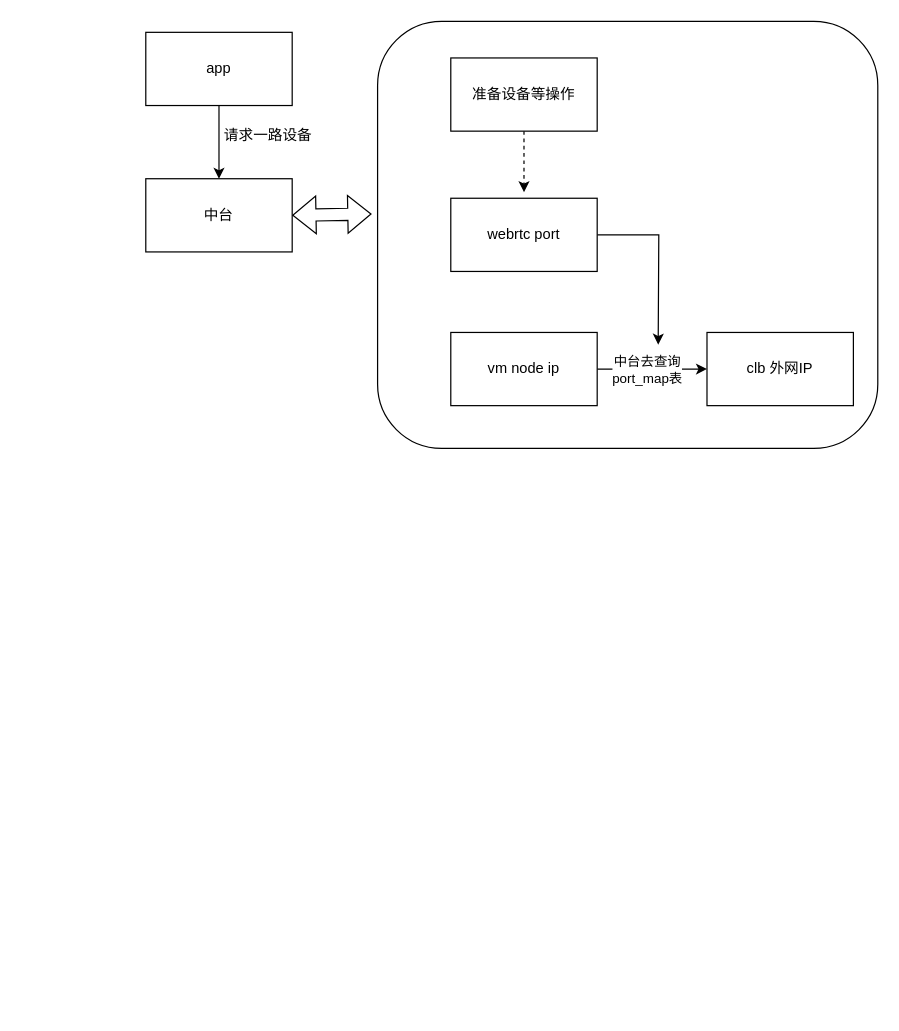
Above: page "第 1 页" (1 of 3) of IP_CT_NAT.drawio in enzoyes/desginsindraw (draw.io), before the change. Source tidied: cells renumbered, new cells numbered last; positions are measured from the earlier drawing's top-left corner, leaving out a move shared by most shapes. Both pictures are drawn from the tidied source at 122%, with x=0, y=0 at pixel (145, 21).
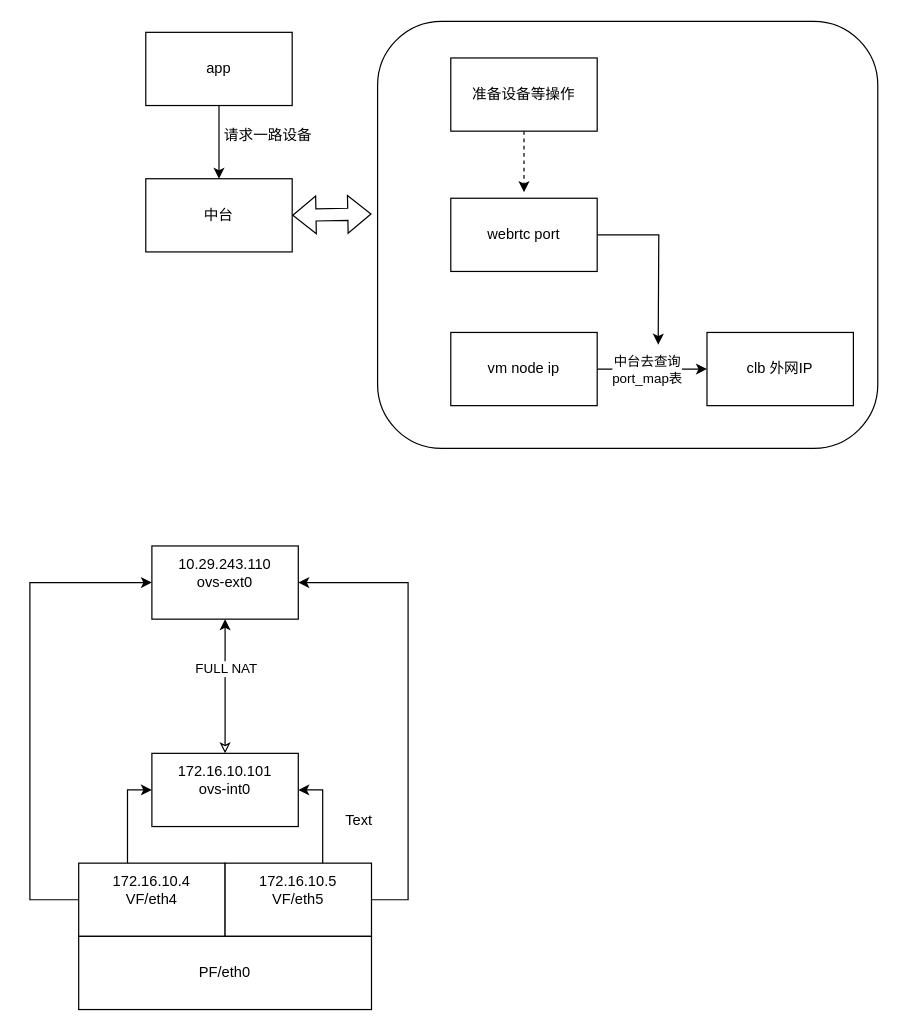
After the change.

Change to the diagram source:
```diff
@@
+    <mxCell id="16" value="ovs-ext0" style="rounded=0;whiteSpace=wrap;html=1;" parent="1" vertex="1">
+      <mxGeometry x="5" y="430" width="120" height="60" as="geometry" />
+    </mxCell>
+    <mxCell id="17" value="ovs-int0" style="rounded=0;whiteSpace=wrap;html=1;" parent="1" vertex="1">
+      <mxGeometry x="5" y="600" width="120" height="60" as="geometry" />
+    </mxCell>
+    <mxCell id="18" style="edgeStyle=orthogonalEdgeStyle;rounded=0;jettySize=auto;html=1;entryX=0;entryY=0.5;entryDx=0;entryDy=0;" parent="1" edge="1" source="20" target="17">
+      <mxGeometry relative="1" as="geometry">
+        <Array as="points">
+          <mxPoint x="-15" y="630" />
+        </Array>
+      </mxGeometry>
+    </mxCell>
+    <mxCell id="19" style="edgeStyle=orthogonalEdgeStyle;rounded=0;jettySize=auto;html=1;entryX=0;entryY=0.5;entryDx=0;entryDy=0;" parent="1" edge="1" source="20" target="16">
+      <mxGeometry relative="1" as="geometry">
+        <Array as="points">
+          <mxPoint x="-95" y="720" />
+          <mxPoint x="-95" y="460" />
+        </Array>
+      </mxGeometry>
+    </mxCell>
+    <mxCell id="20" value="VF/eth4" style="rounded=0;whiteSpace=wrap;html=1;" parent="1" vertex="1">
+      <mxGeometry x="-55" y="690" width="120" height="60" as="geometry" />
+    </mxCell>
+    <mxCell id="21" style="edgeStyle=orthogonalEdgeStyle;rounded=0;jettySize=auto;html=1;entryX=1;entryY=0.5;entryDx=0;entryDy=0;" parent="1" edge="1" source="23" target="17">
+      <mxGeometry relative="1" as="geometry">
+        <Array as="points">
+          <mxPoint x="145" y="630" />
+        </Array>
+      </mxGeometry>
+    </mxCell>
+    <mxCell id="22" style="edgeStyle=orthogonalEdgeStyle;rounded=0;jettySize=auto;html=1;exitX=1;exitY=0.5;exitDx=0;exitDy=0;" parent="1" edge="1" source="23">
+      <mxGeometry relative="1" as="geometry">
+        <mxPoint x="125" y="460" as="targetPoint" />
+        <Array as="points">
+          <mxPoint x="215" y="720" />
+          <mxPoint x="215" y="460" />
+        </Array>
+      </mxGeometry>
+    </mxCell>
+    <mxCell id="23" value="VF/eth5" style="rounded=0;whiteSpace=wrap;html=1;" parent="1" vertex="1">
+      <mxGeometry x="65" y="690" width="120" height="60" as="geometry" />
+    </mxCell>
+    <mxCell id="24" value="PF/eth0" style="rounded=0;whiteSpace=wrap;html=1;" parent="1" vertex="1">
+      <mxGeometry x="-55" y="750" width="240" height="60" as="geometry" />
+    </mxCell>
+    <mxCell id="25" value="Text" style="text;html=1;strokeColor=none;fillColor=none;align=center;verticalAlign=middle;whiteSpace=wrap;rounded=0;" parent="1" vertex="1">
+      <mxGeometry x="145" y="640" width="60" height="30" as="geometry" />
+    </mxCell>
+    <mxCell id="26" style="edgeStyle=orthogonalEdgeStyle;rounded=0;jettySize=auto;html=1;endArrow=classic;endFill=1;startArrow=classic;startFill=0;" parent="1" edge="1" source="28" target="16">
+      <mxGeometry relative="1" as="geometry" />
+    </mxCell>
+    <mxCell id="27" value="FULL NAT" style="edgeLabel;html=1;align=center;verticalAlign=middle;" parent="26" vertex="1">
+      <mxGeometry x="0.27" relative="1" as="geometry" />
+    </mxCell>
+    <mxCell id="28" value="172.16.10.101" style="text;html=1;strokeColor=none;fillColor=none;align=center;verticalAlign=middle;whiteSpace=wrap;rounded=0;" parent="1" vertex="1">
+      <mxGeometry x="35" y="600" width="60" height="30" as="geometry" />
+    </mxCell>
+    <mxCell id="29" value="10.29.243.110" style="text;html=1;strokeColor=none;fillColor=none;align=center;verticalAlign=middle;whiteSpace=wrap;rounded=0;" parent="1" vertex="1">
+      <mxGeometry x="35" y="430" width="60" height="30" as="geometry" />
+    </mxCell>
+    <mxCell id="30" value="172.16.10.4" style="text;html=1;strokeColor=none;fillColor=none;align=center;verticalAlign=middle;whiteSpace=wrap;rounded=0;" parent="1" vertex="1">
+      <mxGeometry x="-25" y="690" width="60" height="30" as="geometry" />
+    </mxCell>
+    <mxCell id="31" value="172.16.10.5" style="text;html=1;strokeColor=none;fillColor=none;align=center;verticalAlign=middle;whiteSpace=wrap;rounded=0;" parent="1" vertex="1">
+      <mxGeometry x="95" y="690" width="60" height="30" as="geometry" />
+    </mxCell>
```
